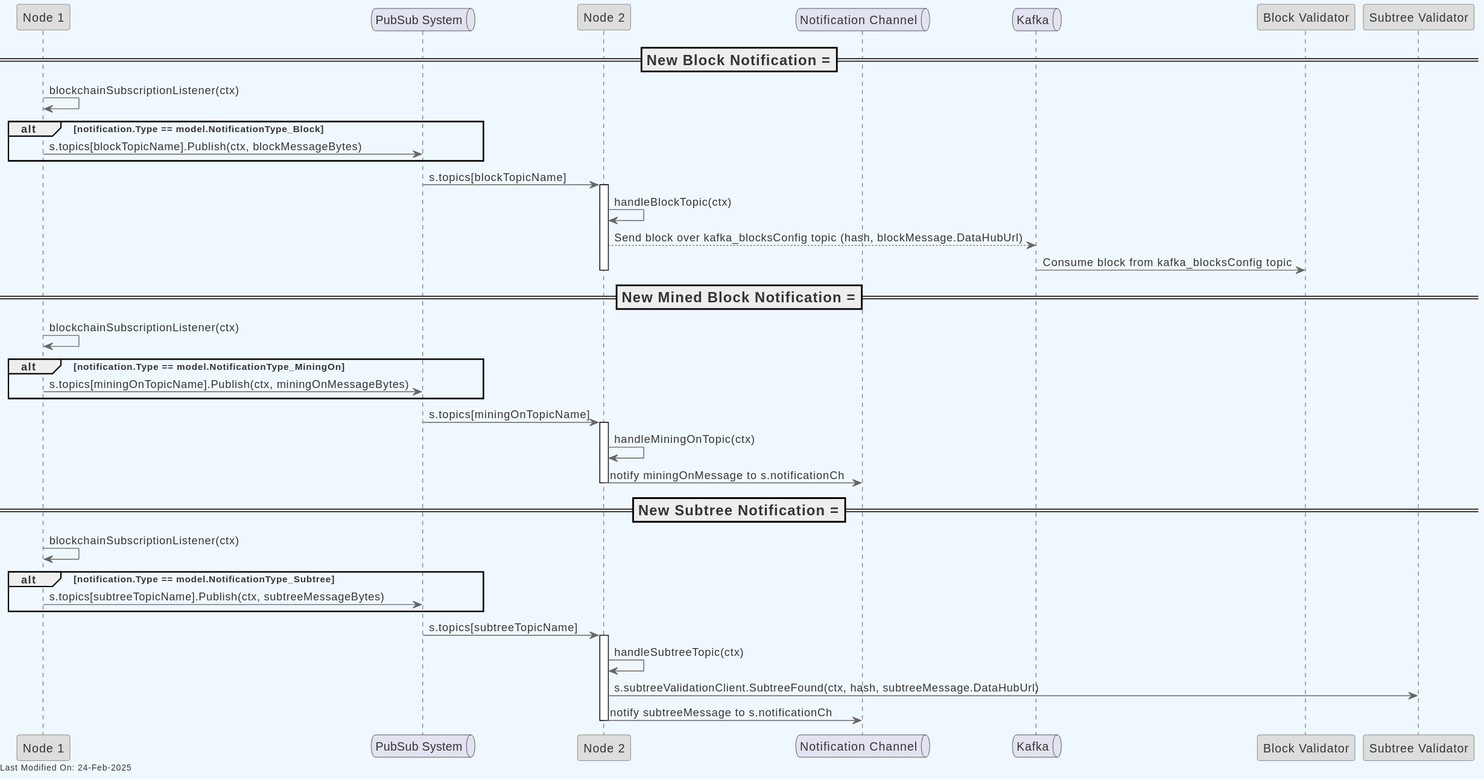
Before: docs/topics/services/img/plantuml/p2p/p2p_blockchain_subscription.svg, a diagram exported from PlantUML (freemans13/teranode). Its source is kept beside it as docs/topics/services/img/plantuml/p2p/p2p_blockchain_subscription.puml.
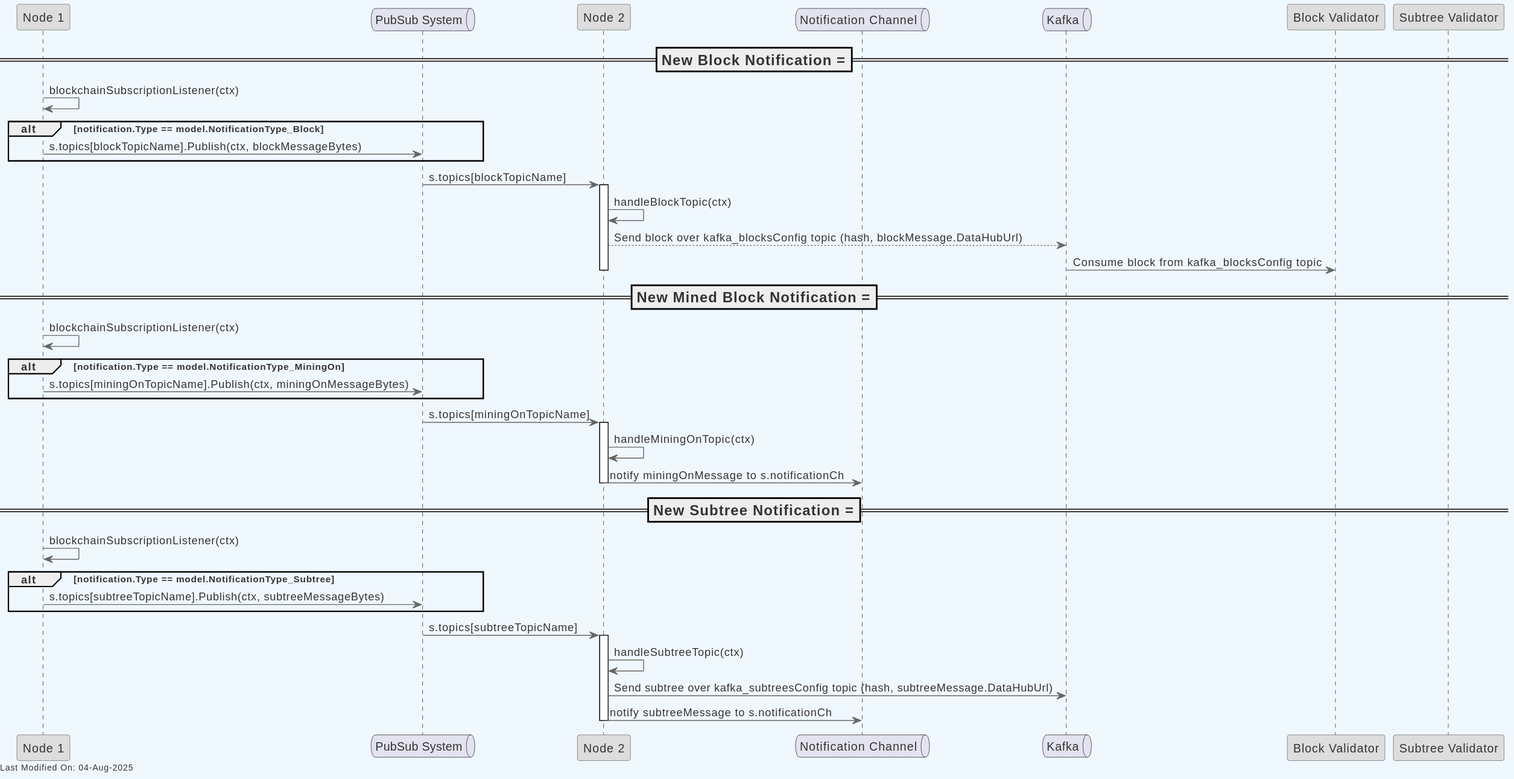
Above is the later version.

Change to the diagram source:
```diff
@@ -63,7 +63,7 @@
 PubSub -> Node2: s.topics[subtreeTopicName]
 activate Node2
 Node2 -> Node2: handleSubtreeTopic(ctx)
-Node2 -> SubtreeValidationClient: s.subtreeValidationClient.SubtreeFound(ctx, hash, subtreeMessage.DataHubUrl)
+Node2 -> Kafka: Send subtree over kafka_subtreesConfig topic (hash, subtreeMessage.DataHubUrl)
 Node2 -> notificationChannel: notify subtreeMessage to s.notificationCh
 deactivate Node2
 
```
